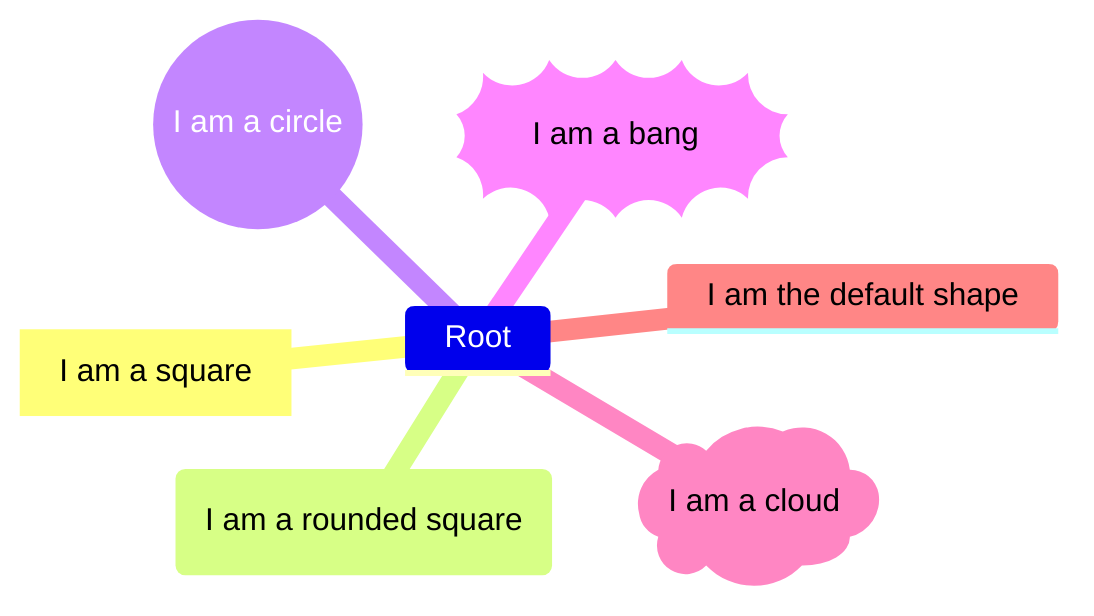
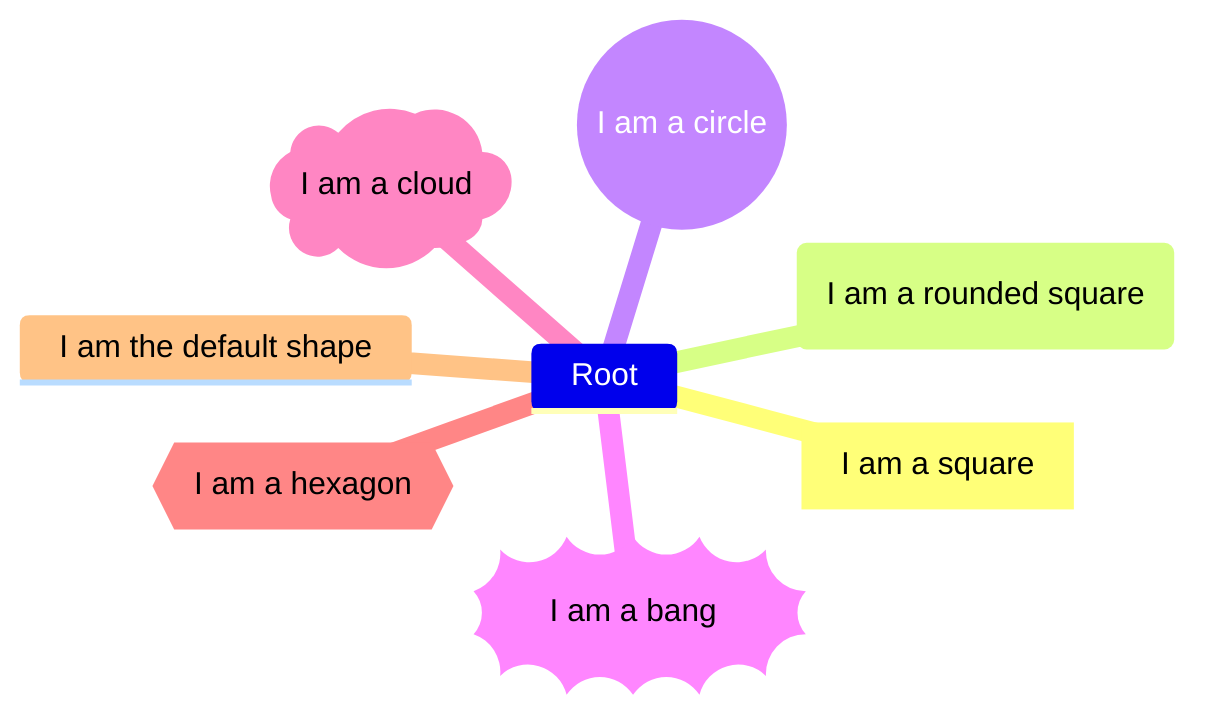
mindmap
  Root
    id[I am a square]
    id(I am a rounded square)
    id((I am a circle))
    id))I am a bang((
    id)I am a cloud(
+     id{{I am a hexagon}}
    I am the default shape